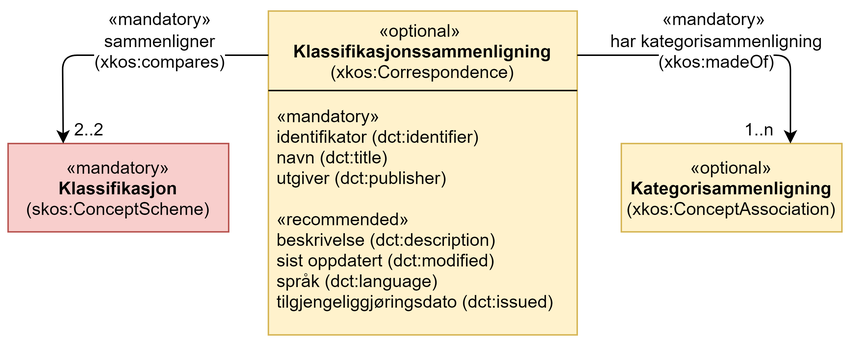
Earlier version of the draw.io export docs/images/KlassenKlassifikasjonssammenligning.png (Informasjonsforvaltning/xkos-ap-no). Source tidied: cells renumbered, new cells last; positions are measured from the earlier drawing's top-left corner, leaving out a move shared by most shapes.
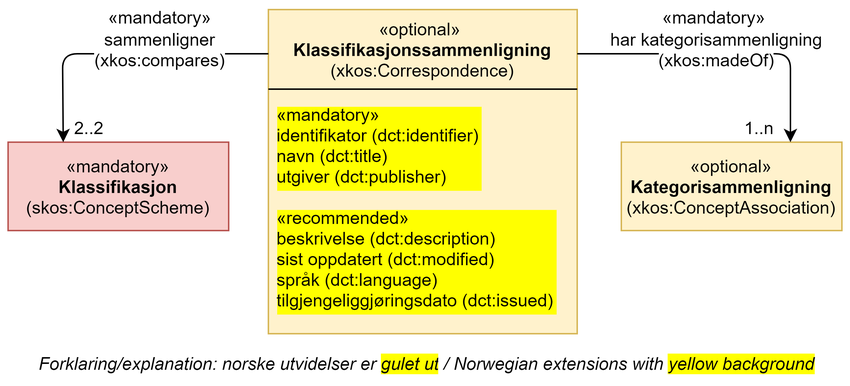
The same diagram one commit later.

What changed in the source:
```diff
@@ -40,14 +40,17 @@
     <mxCell id="10" value="&lt;span style=&quot;background-color: rgb(255 , 255 , 255) ; font-size: 12px&quot;&gt;&lt;span style=&quot;line-height: 15.6933px ; font-size: 12px&quot;&gt;«mandatory&lt;/span&gt;&lt;span style=&quot;line-height: 15.6933px ; font-size: 12px&quot;&gt;»&amp;nbsp;&lt;/span&gt;&lt;br style=&quot;font-size: 12px&quot;&gt;har kategorisammenligning&lt;br&gt;(xkos:madeOf)&lt;/span&gt;" style="text;html=1;align=center;verticalAlign=middle;whiteSpace=wrap;rounded=0;fillColor=none;fontFamily=Helvetica;fontSize=12;" parent="1" vertex="1">
       <mxGeometry x="407" width="150" height="40" as="geometry" />
     </mxCell>
-    <mxCell id="11" value="«mandatory»&#10;identifikator (dct:identifier)&#10;navn (dct:title)&#10;utgiver (dct:publisher) " style="text;strokeColor=none;fillColor=none;align=left;verticalAlign=top;spacingLeft=4;spacingRight=4;overflow=hidden;fontFamily=Helvetica;fontSize=12;" parent="1" vertex="1">
+    <mxCell id="11" value="«mandatory»&#10;identifikator (dct:identifier)&#10;navn (dct:title)&#10;utgiver (dct:publisher) " style="text;strokeColor=none;fillColor=none;align=left;verticalAlign=top;spacingLeft=4;spacingRight=4;overflow=hidden;fontFamily=Helvetica;fontSize=12;labelBackgroundColor=#FFFF00;" parent="1" vertex="1">
       <mxGeometry x="177" y="58" width="210" height="70" as="geometry" />
     </mxCell>
     <mxCell id="12" style="line;strokeWidth=1;fillColor=none;align=left;verticalAlign=middle;spacingTop=-1;spacingLeft=3;spacingRight=3;labelPosition=right;fontFamily=Helvetica;fontSize=12;" parent="1" vertex="1">
       <mxGeometry x="177" y="50" width="210" height="8" as="geometry" />
     </mxCell>
-    <mxCell id="13" value="«recommended»&#10;beskrivelse (dct:description)  &#10;sist oppdatert (dct:modified)&#10;språk (dct:language)&#10;tilgjengeliggjøringsdato (dct:issued)&#10;&#10;" style="text;strokeColor=none;fillColor=none;align=left;verticalAlign=top;spacingLeft=4;spacingRight=4;overflow=hidden;fontFamily=Helvetica;fontSize=12;" parent="1" vertex="1">
+    <mxCell id="13" value="«recommended»&#10;beskrivelse (dct:description)  &#10;sist oppdatert (dct:modified)&#10;språk (dct:language)&#10;tilgjengeliggjøringsdato (dct:issued)" style="text;strokeColor=none;fillColor=none;align=left;verticalAlign=top;spacingLeft=4;spacingRight=4;overflow=hidden;fontFamily=Helvetica;fontSize=12;labelBackgroundColor=#FFFF00;" parent="1" vertex="1">
       <mxGeometry x="177" y="128" width="210" height="90" as="geometry" />
     </mxCell>
+    <mxCell id="14" value="Forklaring/explanation: norske utvidelser er&amp;nbsp;&lt;span style=&quot;background-color: rgb(255 , 255 , 0)&quot;&gt;gulet ut&lt;/span&gt;&lt;span style=&quot;background-color: rgb(255 , 255 , 255)&quot;&gt;&amp;nbsp;/ Norwegian extensions with &lt;/span&gt;&lt;span style=&quot;background-color: rgb(255 , 255 , 0)&quot;&gt;yellow background&lt;/span&gt;" style="text;html=1;strokeColor=none;fillColor=none;align=center;verticalAlign=middle;whiteSpace=wrap;rounded=0;fontStyle=2;" parent="1" vertex="1">
+      <mxGeometry x="13.2" y="230" width="543.8" height="20" as="geometry" />
+    </mxCell>
   </root>
 </mxGraphModel>
```
